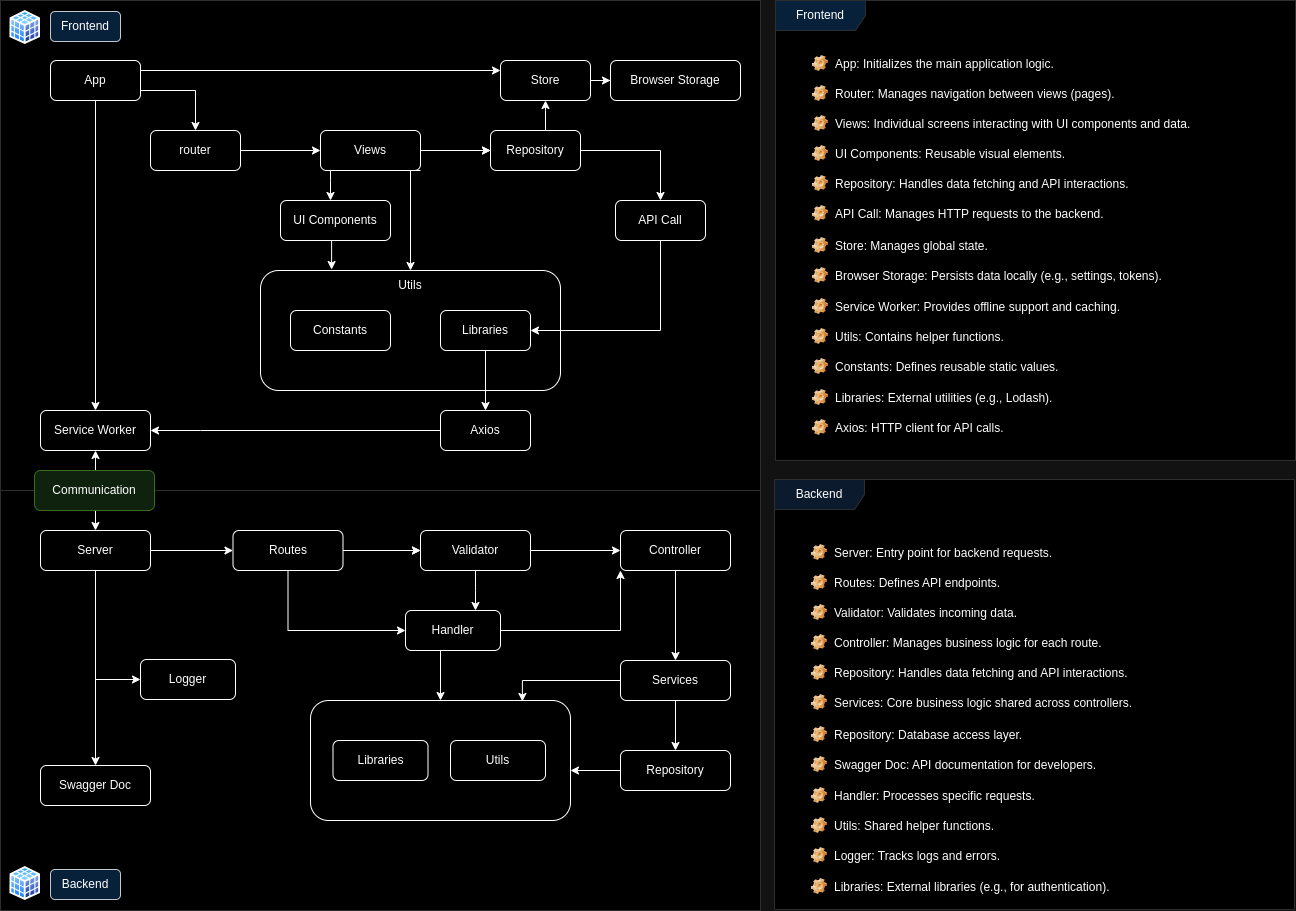
This is doc/code_flow.png from SivaPrakasam7/Fullstack_solid_setup, a draw.io export, as it was before one commit. Source tidied: cells renumbered, new cells last; positions are measured from the earlier drawing's top-left corner, leaving out a move shared by most shapes.
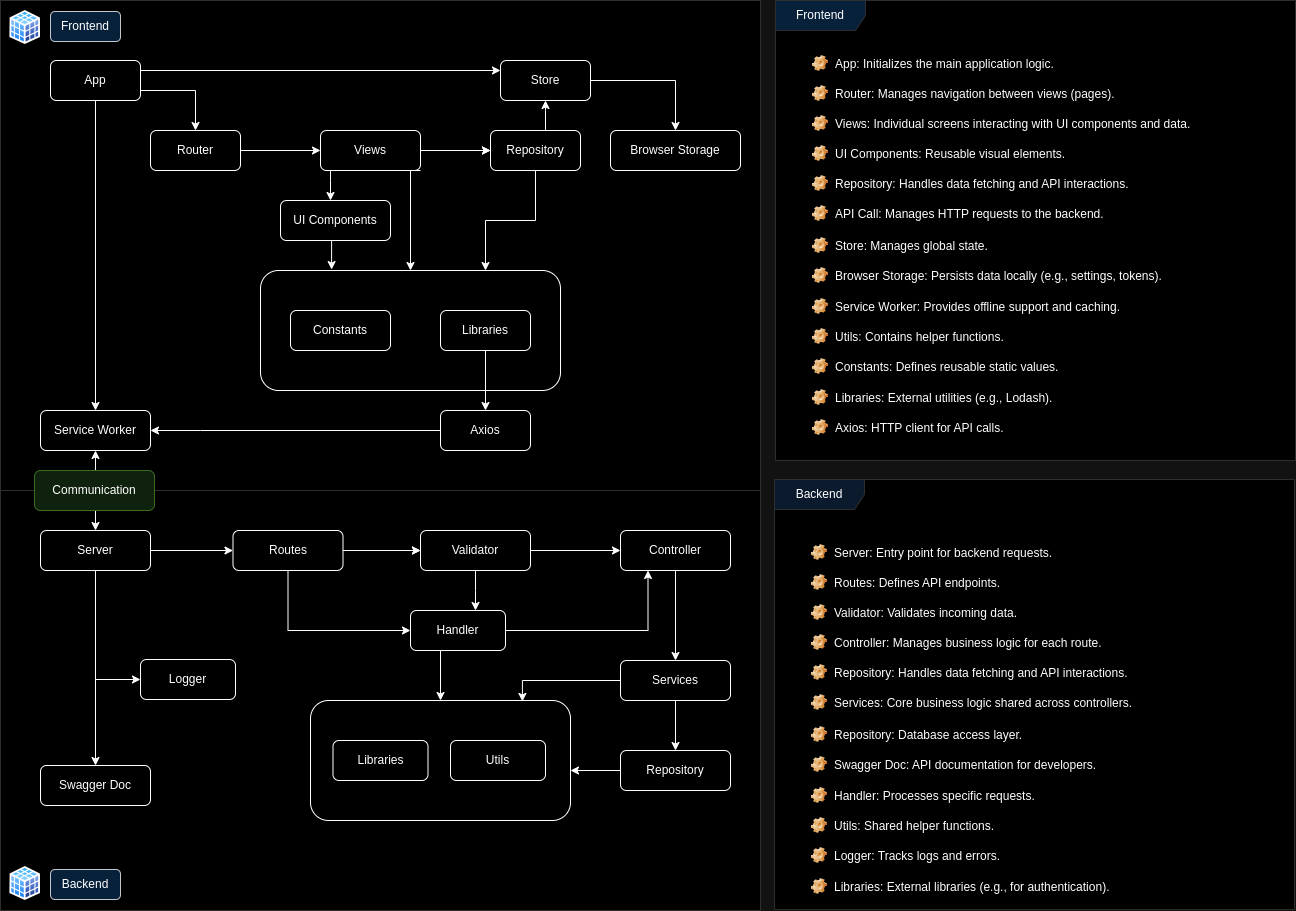
Above is the later version.

What changed in the source:
```diff
@@ -37,7 +37,7 @@
     <mxCell id="10" style="edgeStyle=orthogonalEdgeStyle;rounded=0;jettySize=auto;html=1;shadow=0;" parent="1" edge="1" source="11" target="14">
       <mxGeometry relative="1" as="geometry" />
     </mxCell>
-    <mxCell id="11" value="router" style="rounded=1;whiteSpace=wrap;html=1;shadow=0;" parent="1" vertex="1">
+    <mxCell id="11" value="Router" style="rounded=1;whiteSpace=wrap;html=1;shadow=0;" parent="1" vertex="1">
       <mxGeometry x="150" y="130" width="90" height="40" as="geometry" />
     </mxCell>
     <mxCell id="12" style="edgeStyle=orthogonalEdgeStyle;rounded=0;jettySize=auto;html=1;shadow=0;" parent="1" edge="1" source="14" target="17">
@@ -49,7 +49,7 @@
     <mxCell id="14" value="Views" style="rounded=1;whiteSpace=wrap;html=1;shadow=0;" parent="1" vertex="1">
       <mxGeometry x="320" y="130" width="100" height="40" as="geometry" />
     </mxCell>
-    <mxCell id="15" style="edgeStyle=orthogonalEdgeStyle;rounded=0;jettySize=auto;html=1;shadow=0;" parent="1" edge="1" source="17" target="20">
+    <mxCell id="15" style="edgeStyle=orthogonalEdgeStyle;rounded=0;jettySize=auto;html=1;shadow=0;entryX=0.75;entryY=0;entryDx=0;entryDy=0;" parent="1" edge="1" source="17" target="18">
       <mxGeometry relative="1" as="geometry" />
     </mxCell>
     <mxCell id="16" style="edgeStyle=orthogonalEdgeStyle;rounded=0;jettySize=auto;html=1;shadow=0;" parent="1" edge="1" source="17" target="27">
@@ -66,22 +66,9 @@
     <mxCell id="18" style="rounded=1;whiteSpace=wrap;html=1;shadow=0;" parent="1" vertex="1">
       <mxGeometry x="260" y="270" width="300" height="120" as="geometry" />
     </mxCell>
-    <mxCell id="19" style="edgeStyle=orthogonalEdgeStyle;rounded=0;jettySize=auto;html=1;shadow=0;" parent="1" edge="1" source="20" target="25">
-      <mxGeometry relative="1" as="geometry">
-        <Array as="points">
-          <mxPoint x="660" y="330" />
-        </Array>
-      </mxGeometry>
-    </mxCell>
-    <mxCell id="20" value="API Call" style="rounded=1;whiteSpace=wrap;html=1;shadow=0;" parent="1" vertex="1">
-      <mxGeometry x="615" y="200" width="90" height="40" as="geometry" />
-    </mxCell>
     <mxCell id="21" value="Service Worker" style="rounded=1;whiteSpace=wrap;html=1;shadow=0;" parent="1" vertex="1">
       <mxGeometry x="40" y="410" width="110" height="40" as="geometry" />
     </mxCell>
-    <mxCell id="22" value="Utils" style="text;html=1;align=center;verticalAlign=middle;whiteSpace=wrap;rounded=0;shadow=0;" parent="1" vertex="1">
-      <mxGeometry x="380" y="270" width="60" height="30" as="geometry" />
-    </mxCell>
     <mxCell id="23" value="Constants" style="rounded=1;whiteSpace=wrap;html=1;shadow=0;" parent="1" vertex="1">
       <mxGeometry x="290" y="310" width="100" height="40" as="geometry" />
     </mxCell>
@@ -103,7 +90,7 @@
       <mxGeometry x="500" y="60" width="90" height="40" as="geometry" />
     </mxCell>
     <mxCell id="28" value="Browser Storage" style="rounded=1;whiteSpace=wrap;html=1;shadow=0;" parent="1" vertex="1">
-      <mxGeometry x="610" y="60" width="130" height="40" as="geometry" />
+      <mxGeometry x="610" y="130" width="130" height="40" as="geometry" />
     </mxCell>
     <mxCell id="29" style="edgeStyle=orthogonalEdgeStyle;rounded=0;jettySize=auto;html=1;entryX=1;entryY=0.5;entryDx=0;entryDy=0;shadow=0;" parent="1" edge="1" source="30" target="21">
       <mxGeometry relative="1" as="geometry">
@@ -197,11 +184,11 @@
     <mxCell id="50" style="whiteSpace=wrap;html=1;rounded=1;shadow=0;" parent="1" vertex="1">
       <mxGeometry x="310" y="700" width="260" height="120" as="geometry" />
     </mxCell>
-    <mxCell id="51" style="edgeStyle=orthogonalEdgeStyle;rounded=0;jettySize=auto;html=1;entryX=0;entryY=1;entryDx=0;entryDy=0;" parent="1" edge="1" source="52" target="44">
+    <mxCell id="51" style="edgeStyle=orthogonalEdgeStyle;rounded=0;jettySize=auto;html=1;entryX=0.25;entryY=1;entryDx=0;entryDy=0;" parent="1" edge="1" source="52" target="44">
       <mxGeometry relative="1" as="geometry" />
     </mxCell>
     <mxCell id="52" value="Handler" style="rounded=1;whiteSpace=wrap;html=1;shadow=0;" parent="1" vertex="1">
-      <mxGeometry x="405" y="610" width="95" height="40" as="geometry" />
+      <mxGeometry x="410" y="610" width="95" height="40" as="geometry" />
     </mxCell>
     <mxCell id="53" value="Utils" style="rounded=1;whiteSpace=wrap;html=1;shadow=0;" parent="1" vertex="1">
       <mxGeometry x="450" y="740" width="95" height="40" as="geometry" />
```
